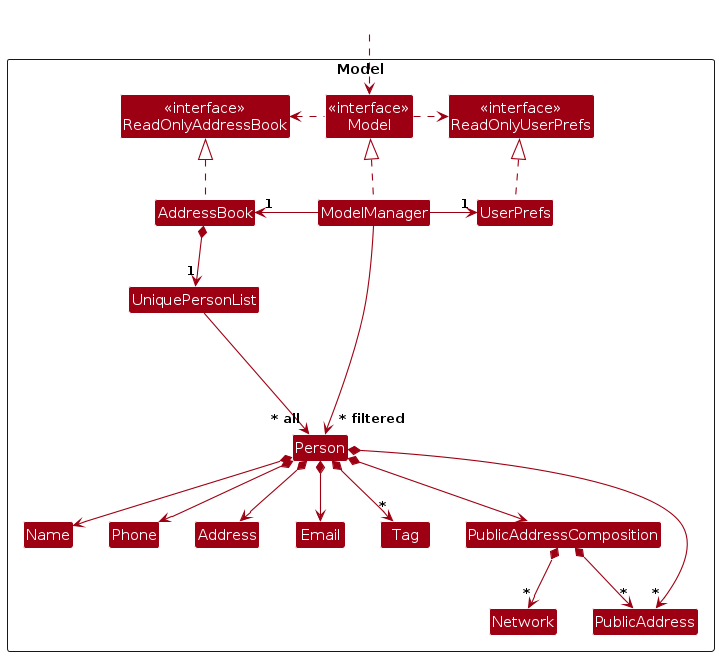
The PlantUML diagram diagrams/ModelClassDiagram.png in chongtzezhao/tp, before a commit. Its source is kept beside it as diagrams/ModelClassDiagram.puml. Its diagram source:
```plantuml
@startuml
!include style.puml
skinparam arrowThickness 1.1
skinparam arrowColor MODEL_COLOR
skinparam classBackgroundColor MODEL_COLOR

Package Model as ModelPackage <<Rectangle>>{
Class "<<interface>>\nReadOnlyAddressBook" as ReadOnlyAddressBook
Class "<<interface>>\nReadOnlyUserPrefs" as ReadOnlyUserPrefs
Class "<<interface>>\nModel" as Model
Class AddressBook
Class ModelManager
Class UserPrefs

Class UniquePersonList
Class Person
Class Address
Class Email
Class Name
Class Phone
Class Tag
Class PublicAddressComposition
Class Network
Class PublicAddress



Class I #FFFFFF
}

Class HiddenOutside #FFFFFF
HiddenOutside ..> Model

AddressBook .up.|> ReadOnlyAddressBook

ModelManager .up.|> Model
Model .right.> ReadOnlyUserPrefs
Model .left.> ReadOnlyAddressBook
ModelManager -left-> "1" AddressBook
ModelManager -right-> "1" UserPrefs
UserPrefs .up.|> ReadOnlyUserPrefs

AddressBook *--> "1" UniquePersonList
UniquePersonList --> "~* all" Person
Person *--> Name
Person *--> Phone
Person *--> Email
Person *--> Address
Person *--> PublicAddressComposition
Person *--> "*" Tag
Person *--> "*" PublicAddress

PublicAddressComposition *--> "*" Network
PublicAddressComposition *--> "*" PublicAddress

Person -[hidden]up--> I
UniquePersonList -[hidden]right-> I

Name -[hidden]right-> Phone
Phone -[hidden]right-> Address
Address -[hidden]right-> Email

ModelManager --> "~* filtered" Person




@enduml
```
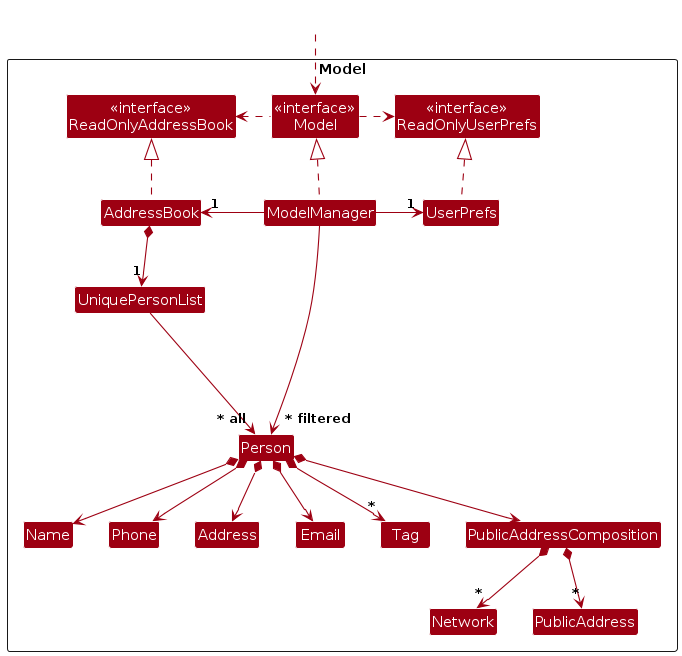
After the change.

Diff of the diagram source:
```diff
@@ -48,7 +48,6 @@
 Person *--> Address
 Person *--> PublicAddressComposition
 Person *--> "*" Tag
-Person *--> "*" PublicAddress
 
 PublicAddressComposition *--> "*" Network
 PublicAddressComposition *--> "*" PublicAddress
```
